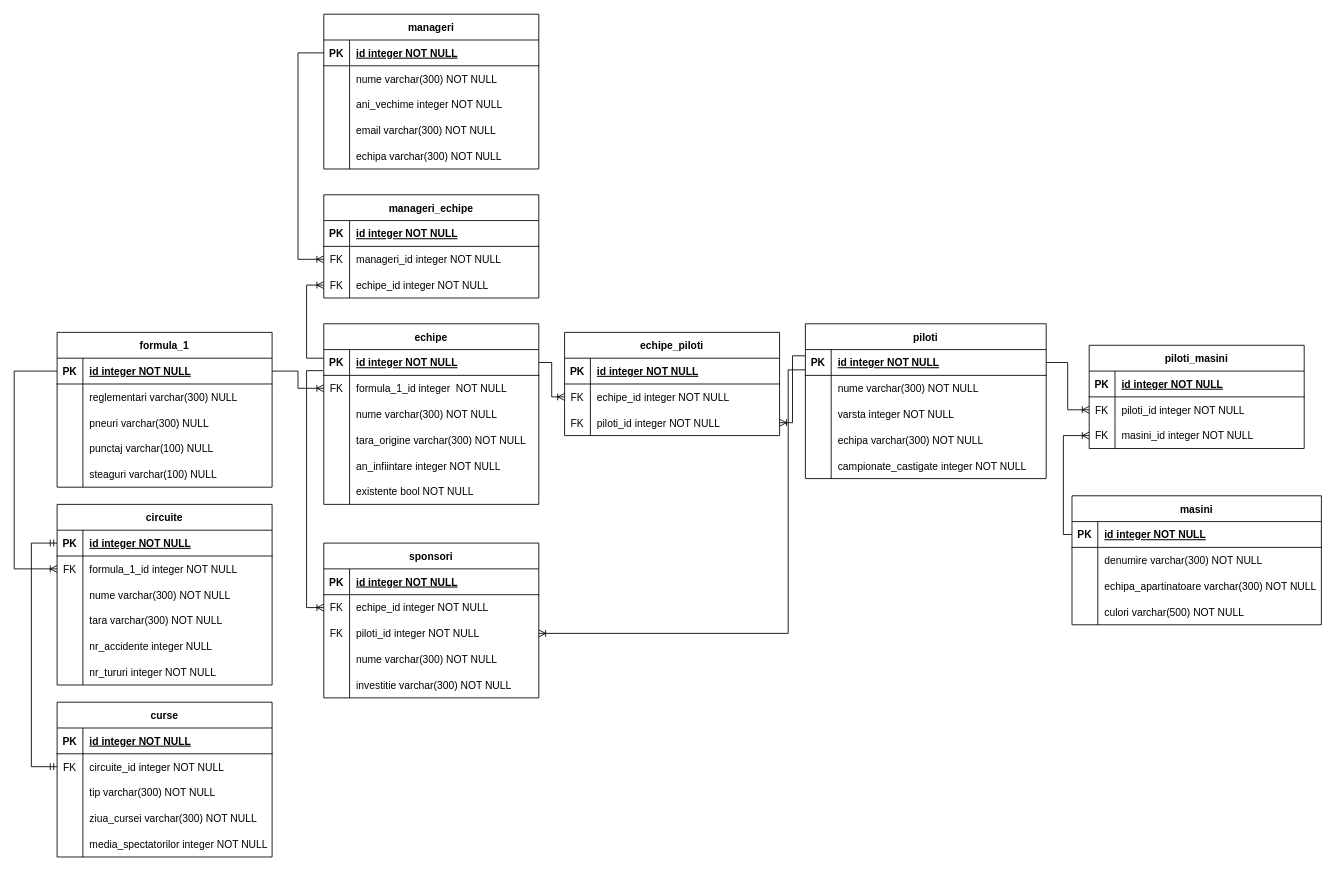
Above: Model Conceptual.drawio in andreea-agrisan/examen_sem1_db (draw.io), before the change. Source tidied: cells renumbered, new cells numbered last; positions are measured from the earlier drawing's top-left corner, leaving out a move shared by most shapes. Both pictures are drawn from the tidied source at 86%, with x=0, y=0 at pixel (14, 14).
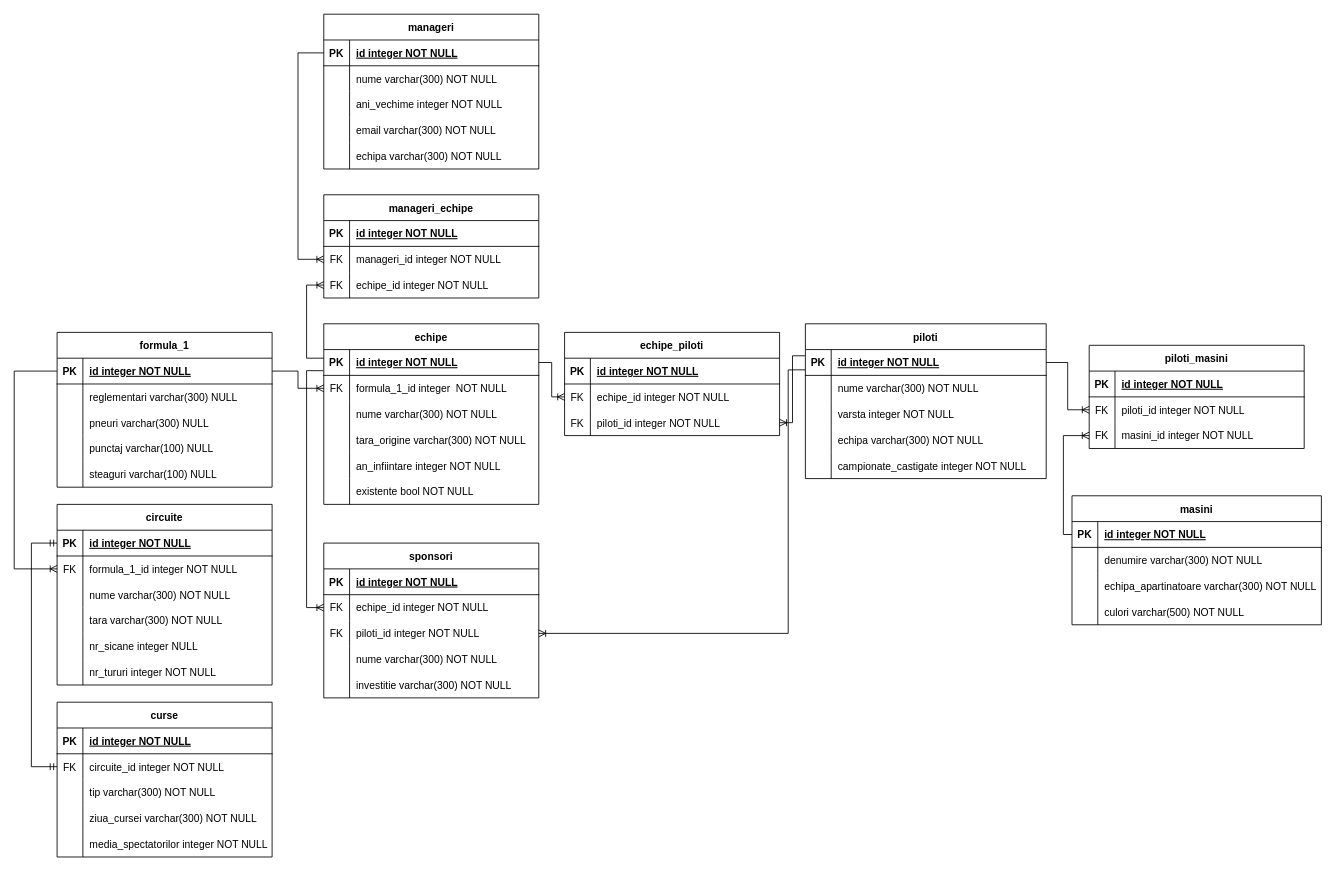
Above is the later version.

The change refers to these unchanged cells:
```xml
<mxCell id="141" style="shape=partialRectangle;fillColor=none;top=0;left=0;right=0;bottom=0;" parent="128" vertex="1">
  <mxGeometry y="150" width="250" height="30" as="geometry" />
</mxCell>
```

The edit, as a diff of the source:
```diff
@@
-    <mxCell id="143" value="nr_accidente integer NULL" style="shape=partialRectangle;overflow=hidden;fillColor=none;top=0;left=0;bottom=0;right=0;align=left;spacingLeft=6;" parent="141" vertex="1">
+    <mxCell id="143" value="nr_sicane integer NULL" style="shape=partialRectangle;overflow=hidden;fillColor=none;top=0;left=0;bottom=0;right=0;align=left;spacingLeft=6;" parent="141" vertex="1">
       <mxGeometry x="30" width="220" height="30" as="geometry" />
     </mxCell>
```
